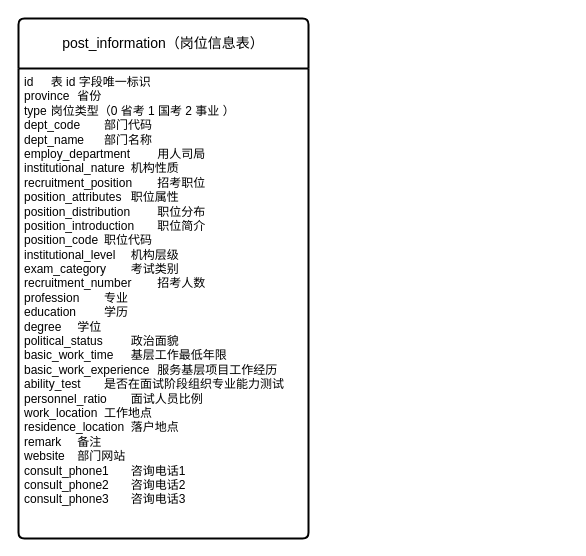
Above: 考公一点通.drawio in SmileTheCorner/draw (draw.io), before the change. Source tidied: cells renumbered, new cells numbered last; positions are measured from the earlier drawing's top-left corner, leaving out a move shared by most shapes. Both pictures are drawn from the tidied source at 100%, with x=0, y=0 at pixel (18, 18).
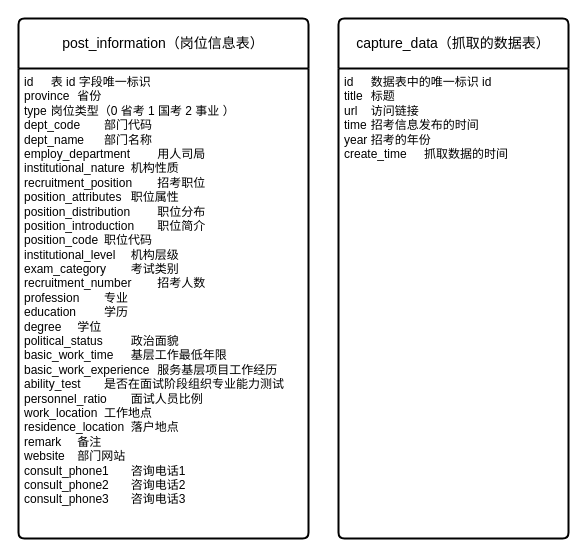
The same diagram, later.

Commit message:
更新考公一点通.drawio

The edit, as a diff of the source:
```diff
@@
 <mxGraphModel>
   <root>
     <mxCell id="0" />
     <mxCell id="1" parent="0" />
     <mxCell id="2" value="post_information（岗位信息表）" style="swimlane;horizontal=1;startSize=50;rounded=1;fontSize=14;fontStyle=0;strokeWidth=2;shadow=0;dashed=0;align=center;arcSize=4;whiteSpace=wrap;html=1;" parent="1" vertex="1">
       <mxGeometry width="290" height="520" as="geometry" />
     </mxCell>
     <mxCell id="3" value="id&lt;span style=&quot;white-space: pre;&quot;&gt;&#9;&lt;/span&gt;表 id 字段唯一标识&lt;div&gt;province&lt;span style=&quot;white-space: pre;&quot;&gt;&#9;&lt;/span&gt;省份&lt;/div&gt;&lt;div&gt;type&lt;span style=&quot;white-space: pre;&quot;&gt;&#9;&lt;/span&gt;岗位类型（0 省考 1 国考 2 事业 ）&lt;br&gt;&lt;div&gt;dept_code&lt;span style=&quot;white-space: pre;&quot;&gt;&#9;&lt;/span&gt;部门代码&lt;/div&gt;&lt;div&gt;dept_name&lt;span style=&quot;white-space: pre;&quot;&gt;&#9;&lt;/span&gt;部门名称&lt;/div&gt;&lt;div&gt;employ_department&lt;span style=&quot;white-space: pre;&quot;&gt;&#9;&lt;/span&gt;用人司局&lt;/div&gt;&lt;div&gt;institutional_nature&lt;span style=&quot;white-space: pre;&quot;&gt;&#9;&lt;/span&gt;机构性质&lt;/div&gt;&lt;div&gt;recruitment_position&lt;span style=&quot;white-space: pre;&quot;&gt;&#9;&lt;/span&gt;招考职位&lt;/div&gt;&lt;div&gt;position_attributes&lt;span style=&quot;white-space: pre;&quot;&gt;&#9;&lt;/span&gt;职位属性&lt;/div&gt;&lt;div&gt;position_distribution&lt;span style=&quot;white-space: pre;&quot;&gt;&#9;&lt;/span&gt;职位分布&lt;/div&gt;&lt;div&gt;position_introduction&lt;span style=&quot;white-space: pre;&quot;&gt;&#9;&lt;/span&gt;职位简介&lt;/div&gt;&lt;div&gt;position_code&lt;span style=&quot;white-space: pre;&quot;&gt;&#9;&lt;/span&gt;职位代码&lt;/div&gt;&lt;div&gt;institutional_level&lt;span style=&quot;white-space: pre;&quot;&gt;&#9;&lt;/span&gt;机构层级&lt;/div&gt;&lt;div&gt;exam_category&lt;span style=&quot;white-space: pre;&quot;&gt;&#9;&lt;/span&gt;考试类别&lt;/div&gt;&lt;div&gt;recruitment_number&lt;span style=&quot;white-space: pre;&quot;&gt;&#9;&lt;/span&gt;招考人数&lt;/div&gt;&lt;div&gt;profession&lt;span style=&quot;white-space: pre;&quot;&gt;&#9;&lt;/span&gt;专业&lt;/div&gt;&lt;div&gt;education&lt;span style=&quot;white-space: pre;&quot;&gt;&#9;&lt;/span&gt;学历&lt;/div&gt;&lt;div&gt;degree&lt;span style=&quot;white-space: pre;&quot;&gt;&#9;&lt;/span&gt;学位&lt;/div&gt;&lt;div&gt;political_status&lt;span style=&quot;white-space: pre;&quot;&gt;&#9;&lt;/span&gt;政治面貌&lt;/div&gt;&lt;div&gt;basic_work_time&lt;span style=&quot;white-space: pre;&quot;&gt;&#9;&lt;/span&gt;基层工作最低年限&lt;/div&gt;&lt;div&gt;basic_work_experience&lt;span style=&quot;white-space: pre;&quot;&gt;&#9;&lt;/span&gt;服务基层项目工作经历&lt;/div&gt;&lt;div&gt;ability_test &lt;span style=&quot;white-space: pre;&quot;&gt;&#9;&lt;/span&gt;是否在面试阶段组织专业能力测试&lt;/div&gt;&lt;div&gt;personnel_ratio&lt;span style=&quot;white-space: pre;&quot;&gt;&#9;&lt;/span&gt;面试人员比例&lt;/div&gt;&lt;div&gt;work_location&lt;span style=&quot;white-space: pre;&quot;&gt;&#9;&lt;/span&gt;工作地点&lt;/div&gt;&lt;div&gt;residence_location&lt;span style=&quot;white-space: pre;&quot;&gt;&#9;&lt;/span&gt;落户地点&lt;/div&gt;&lt;div&gt;remark&lt;span style=&quot;white-space: pre;&quot;&gt;&#9;&lt;/span&gt;备注&lt;/div&gt;&lt;div&gt;website&lt;span style=&quot;white-space: pre;&quot;&gt;&#9;&lt;/span&gt;部门网站&lt;/div&gt;&lt;div&gt;consult_phone1&lt;span style=&quot;white-space: pre;&quot;&gt;&#9;&lt;/span&gt;咨询电话1&lt;/div&gt;&lt;div&gt;&lt;span style=&quot;background-color: initial;&quot;&gt;consult_phone2&lt;span style=&quot;white-space: pre;&quot;&gt;&#9;&lt;/span&gt;&lt;/span&gt;咨询电话2&lt;/div&gt;&lt;div&gt;&lt;span style=&quot;background-color: initial;&quot;&gt;consult_phone3&lt;span style=&quot;white-space: pre;&quot;&gt;&#9;&lt;/span&gt;&lt;/span&gt;咨询电话3&lt;/div&gt;&lt;/div&gt;" style="align=left;strokeColor=none;fillColor=none;spacingLeft=4;fontSize=12;verticalAlign=top;html=1;" parent="2" vertex="1">
       <mxGeometry y="50" width="290" height="470" as="geometry" />
     </mxCell>
+    <mxCell id="4" value="capture_data（抓取的数据表）" style="swimlane;horizontal=1;startSize=50;rounded=1;fontSize=14;fontStyle=0;strokeWidth=2;shadow=0;dashed=0;align=center;arcSize=4;whiteSpace=wrap;html=1;" parent="1" vertex="1">
+      <mxGeometry x="320" width="230" height="520" as="geometry" />
+    </mxCell>
+    <mxCell id="5" value="id&lt;span style=&quot;white-space: pre;&quot;&gt;&#9;&lt;/span&gt;数据表中的唯一标识 id&lt;div&gt;title&lt;span style=&quot;white-space: pre;&quot;&gt;&#9;&lt;/span&gt;标题&lt;/div&gt;&lt;div&gt;url&lt;span style=&quot;white-space: pre;&quot;&gt;&#9;&lt;/span&gt;访问链接&lt;/div&gt;&lt;div&gt;time&lt;span style=&quot;white-space: pre;&quot;&gt;&#9;&lt;/span&gt;招考信息发布的时间&lt;/div&gt;&lt;div&gt;year&lt;span style=&quot;white-space: pre;&quot;&gt;&#9;&lt;/span&gt;招考的年份&lt;/div&gt;&lt;div&gt;create_time&lt;span style=&quot;white-space: pre;&quot;&gt;&#9;&lt;/span&gt;抓取数据的时间&lt;/div&gt;" style="align=left;strokeColor=none;fillColor=none;spacingLeft=4;fontSize=12;verticalAlign=top;html=1;" parent="4" vertex="1">
+      <mxGeometry y="50" width="230" height="470" as="geometry" />
+    </mxCell>
   </root>
 </mxGraphModel>
```
